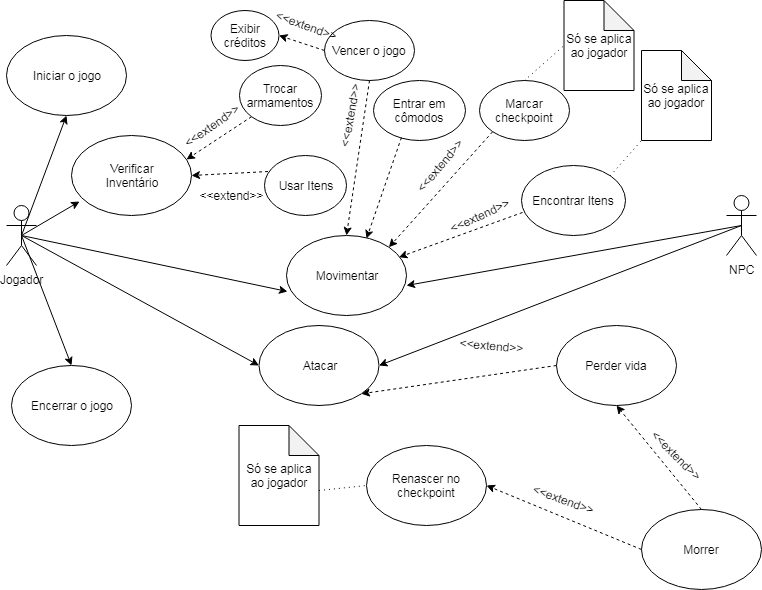
The draw.io diagram Caso de uso.png in Thifany-Nicastro/Sky-Ashes, before a commit. Source tidied: cells renumbered, new cells last; positions are measured from the earlier drawing's top-left corner, leaving out a move shared by most shapes. Its diagram source:
```xml
<mxGraphModel>
  <root>
    <mxCell id="0" />
    <mxCell id="1" parent="0" />
    <mxCell id="2" value="Jogador&lt;br&gt;" style="shape=umlActor;verticalLabelPosition=bottom;labelBackgroundColor=#ffffff;verticalAlign=top;html=1;outlineConnect=0;" parent="1" vertex="1">
      <mxGeometry y="205" width="30" height="60" as="geometry" />
    </mxCell>
    <mxCell id="3" value="NPC" style="shape=umlActor;verticalLabelPosition=bottom;labelBackgroundColor=#ffffff;verticalAlign=top;html=1;outlineConnect=0;" parent="1" vertex="1">
      <mxGeometry x="720" y="195" width="30" height="60" as="geometry" />
    </mxCell>
    <mxCell id="4" value="Iniciar o jogo" style="ellipse;whiteSpace=wrap;html=1;" parent="1" vertex="1">
      <mxGeometry y="35" width="120" height="80" as="geometry" />
    </mxCell>
    <mxCell id="5" value="Encerrar o jogo" style="ellipse;whiteSpace=wrap;html=1;" parent="1" vertex="1">
      <mxGeometry x="5" y="365" width="120" height="80" as="geometry" />
    </mxCell>
    <mxCell id="6" value="Atacar" style="ellipse;whiteSpace=wrap;html=1;" parent="1" vertex="1">
      <mxGeometry x="252.5" y="325" width="120" height="80" as="geometry" />
    </mxCell>
    <mxCell id="7" value="Movimentar" style="ellipse;whiteSpace=wrap;html=1;" parent="1" vertex="1">
      <mxGeometry x="280" y="235" width="120" height="80" as="geometry" />
    </mxCell>
    <mxCell id="8" style="endArrow=classic;html=1;entryX=0.5;entryY=1;entryDx=0;entryDy=0;exitX=0.5;exitY=0.5;exitDx=0;exitDy=0;exitPerimeter=0;" parent="1" edge="1" source="2" target="4">
      <mxGeometry relative="1" as="geometry" />
    </mxCell>
    <mxCell id="9" style="endArrow=classic;html=1;exitX=0.5;exitY=0.5;exitDx=0;exitDy=0;exitPerimeter=0;entryX=0.008;entryY=0.7;entryDx=0;entryDy=0;entryPerimeter=0;" parent="1" edge="1" source="2" target="7">
      <mxGeometry relative="1" as="geometry" />
    </mxCell>
    <mxCell id="10" style="endArrow=classic;html=1;entryX=1;entryY=0.625;entryDx=0;entryDy=0;entryPerimeter=0;exitX=0.5;exitY=0.5;exitDx=0;exitDy=0;exitPerimeter=0;" parent="1" edge="1" source="3" target="7">
      <mxGeometry relative="1" as="geometry" />
    </mxCell>
    <mxCell id="11" style="endArrow=classic;html=1;entryX=0;entryY=0.5;entryDx=0;entryDy=0;exitX=0.5;exitY=0.5;exitDx=0;exitDy=0;exitPerimeter=0;" parent="1" edge="1" source="2" target="6">
      <mxGeometry relative="1" as="geometry" />
    </mxCell>
    <mxCell id="12" style="endArrow=classic;html=1;entryX=1;entryY=0.5;entryDx=0;entryDy=0;exitX=0.5;exitY=0.5;exitDx=0;exitDy=0;exitPerimeter=0;" parent="1" edge="1" source="3" target="6">
      <mxGeometry relative="1" as="geometry" />
    </mxCell>
    <mxCell id="13" style="endArrow=classic;html=1;entryX=0.5;entryY=0;entryDx=0;entryDy=0;exitX=0.5;exitY=0.5;exitDx=0;exitDy=0;exitPerimeter=0;" parent="1" edge="1" source="2" target="5">
      <mxGeometry relative="1" as="geometry" />
    </mxCell>
    <mxCell id="14" value="Morrer" style="ellipse;whiteSpace=wrap;html=1;" parent="1" vertex="1">
      <mxGeometry x="635" y="509" width="120" height="80" as="geometry" />
    </mxCell>
    <mxCell id="15" style="endArrow=classic;dashed=1;html=1;entryX=0.5;entryY=1;entryDx=0;entryDy=0;exitX=0.5;exitY=0;exitDx=0;exitDy=0;startArrow=none;startFill=0;endFill=1;" parent="1" edge="1" source="14" target="16">
      <mxGeometry relative="1" as="geometry" />
    </mxCell>
    <mxCell id="16" value="Perder vida" style="ellipse;whiteSpace=wrap;html=1;" parent="1" vertex="1">
      <mxGeometry x="550" y="325" width="120" height="80" as="geometry" />
    </mxCell>
    <mxCell id="17" style="endArrow=classic;dashed=1;html=1;entryX=1;entryY=1;entryDx=0;entryDy=0;exitX=0;exitY=0.5;exitDx=0;exitDy=0;startArrow=none;startFill=0;endFill=1;" parent="1" edge="1" source="16" target="6">
      <mxGeometry relative="1" as="geometry" />
    </mxCell>
    <mxCell id="18" style="endArrow=classic;dashed=1;html=1;exitX=0;exitY=0.5;exitDx=0;exitDy=0;startArrow=none;startFill=0;endFill=1;entryX=1;entryY=0.5;entryDx=0;entryDy=0;" parent="1" edge="1" source="14" target="19">
      <mxGeometry relative="1" as="geometry" />
    </mxCell>
    <mxCell id="19" value="Renascer no checkpoint" style="ellipse;whiteSpace=wrap;html=1;" parent="1" vertex="1">
      <mxGeometry x="360" y="445" width="120" height="80" as="geometry" />
    </mxCell>
    <mxCell id="20" value="Marcar checkpoint" style="ellipse;whiteSpace=wrap;html=1;" parent="1" vertex="1">
      <mxGeometry x="473" y="80" width="90" height="60" as="geometry" />
    </mxCell>
    <mxCell id="21" style="endArrow=classic;dashed=1;html=1;entryX=1;entryY=0;entryDx=0;entryDy=0;exitX=0;exitY=1;exitDx=0;exitDy=0;startArrow=none;startFill=0;endFill=1;" parent="1" edge="1" source="20" target="7">
      <mxGeometry relative="1" as="geometry" />
    </mxCell>
    <mxCell id="22" value="Só se aplica ao jogador" style="shape=note;whiteSpace=wrap;html=1;backgroundOutline=1;darkOpacity=0.05;" parent="1" vertex="1">
      <mxGeometry x="557.5" width="70" height="90" as="geometry" />
    </mxCell>
    <mxCell id="23" style="endArrow=none;dashed=1;html=1;entryX=0;entryY=0.5;entryDx=0;entryDy=0;entryPerimeter=0;dashPattern=1 4;exitX=0.5;exitY=0;exitDx=0;exitDy=0;" parent="1" edge="1" source="20" target="22">
      <mxGeometry relative="1" as="geometry" />
    </mxCell>
    <mxCell id="24" value="Vencer o jogo" style="ellipse;whiteSpace=wrap;html=1;" parent="1" vertex="1">
      <mxGeometry x="318" y="20" width="90" height="60" as="geometry" />
    </mxCell>
    <mxCell id="25" style="endArrow=classic;dashed=1;html=1;entryX=0.5;entryY=0;entryDx=0;entryDy=0;exitX=0.5;exitY=1;exitDx=0;exitDy=0;startArrow=none;startFill=0;endFill=1;" parent="1" edge="1" source="24" target="7">
      <mxGeometry relative="1" as="geometry" />
    </mxCell>
    <mxCell id="26" value="Exibir créditos" style="ellipse;whiteSpace=wrap;html=1;" parent="1" vertex="1">
      <mxGeometry x="204.5" y="10" width="68" height="50" as="geometry" />
    </mxCell>
    <mxCell id="27" style="endArrow=classic;dashed=1;html=1;exitX=0;exitY=0.5;exitDx=0;exitDy=0;startArrow=none;startFill=0;endFill=1;entryX=1;entryY=0.5;entryDx=0;entryDy=0;" parent="1" edge="1" source="24" target="26">
      <mxGeometry relative="1" as="geometry" />
    </mxCell>
    <mxCell id="28" value="Só se aplica ao jogador" style="shape=note;whiteSpace=wrap;html=1;backgroundOutline=1;darkOpacity=0.05;" parent="1" vertex="1">
      <mxGeometry x="232.5" y="425" width="80" height="100" as="geometry" />
    </mxCell>
    <mxCell id="29" style="endArrow=none;dashed=1;html=1;entryX=0;entryY=0.5;entryDx=0;entryDy=0;dashPattern=1 4;exitX=0;exitY=0;exitDx=80;exitDy=65;exitPerimeter=0;" parent="1" edge="1" source="28" target="19">
      <mxGeometry relative="1" as="geometry" />
    </mxCell>
    <mxCell id="30" value="&amp;lt;&amp;lt;extend&amp;gt;&amp;gt;" style="text;html=1;strokeColor=none;fillColor=none;align=center;verticalAlign=middle;whiteSpace=wrap;rounded=0;rotation=5;" parent="1" vertex="1">
      <mxGeometry x="465" y="335" width="40" height="20" as="geometry" />
    </mxCell>
    <mxCell id="31" value="&amp;lt;&amp;lt;extend&amp;gt;&amp;gt;" style="text;html=1;strokeColor=none;fillColor=none;align=center;verticalAlign=middle;whiteSpace=wrap;rounded=0;rotation=-50;" parent="1" vertex="1">
      <mxGeometry x="413" y="155" width="40" height="20" as="geometry" />
    </mxCell>
    <mxCell id="32" value="&amp;lt;&amp;lt;extend&amp;gt;&amp;gt;" style="text;html=1;strokeColor=none;fillColor=none;align=center;verticalAlign=middle;whiteSpace=wrap;rounded=0;rotation=-80;" parent="1" vertex="1">
      <mxGeometry x="323.5" y="105" width="40" height="20" as="geometry" />
    </mxCell>
    <mxCell id="33" value="&amp;lt;&amp;lt;extend&amp;gt;&amp;gt;" style="text;html=1;strokeColor=none;fillColor=none;align=center;verticalAlign=middle;whiteSpace=wrap;rounded=0;rotation=45;" parent="1" vertex="1">
      <mxGeometry x="650" y="445" width="40" height="20" as="geometry" />
    </mxCell>
    <mxCell id="34" value="&amp;lt;&amp;lt;extend&amp;gt;&amp;gt;" style="text;html=1;strokeColor=none;fillColor=none;align=center;verticalAlign=middle;whiteSpace=wrap;rounded=0;rotation=20;" parent="1" vertex="1">
      <mxGeometry x="537.5" y="489" width="40" height="20" as="geometry" />
    </mxCell>
    <mxCell id="35" value="&amp;lt;&amp;lt;extend&amp;gt;&amp;gt;" style="text;html=1;strokeColor=none;fillColor=none;align=center;verticalAlign=middle;whiteSpace=wrap;rounded=0;rotation=20;" parent="1" vertex="1">
      <mxGeometry x="280" y="15" width="40" height="20" as="geometry" />
    </mxCell>
    <mxCell id="36" value="Verificar&lt;br&gt;Inventário" style="ellipse;whiteSpace=wrap;html=1;" parent="1" vertex="1">
      <mxGeometry x="65" y="135" width="120" height="80" as="geometry" />
    </mxCell>
    <mxCell id="37" value="Trocar armamentos" style="ellipse;whiteSpace=wrap;html=1;" parent="1" vertex="1">
      <mxGeometry x="233" y="65" width="82" height="60" as="geometry" />
    </mxCell>
    <mxCell id="38" style="endArrow=classic;dashed=1;html=1;exitX=0;exitY=1;exitDx=0;exitDy=0;startArrow=none;startFill=0;endFill=1;entryX=0.958;entryY=0.3;entryDx=0;entryDy=0;entryPerimeter=0;" parent="1" edge="1" source="37" target="36">
      <mxGeometry relative="1" as="geometry" />
    </mxCell>
    <mxCell id="39" style="endArrow=classic;html=1;entryX=0.067;entryY=0.825;entryDx=0;entryDy=0;entryPerimeter=0;" parent="1" edge="1" target="36">
      <mxGeometry relative="1" as="geometry">
        <mxPoint x="15" y="235" as="sourcePoint" />
      </mxGeometry>
    </mxCell>
    <mxCell id="40" value="Usar Itens" style="ellipse;whiteSpace=wrap;html=1;" parent="1" vertex="1">
      <mxGeometry x="258" y="155" width="82" height="60" as="geometry" />
    </mxCell>
    <mxCell id="41" style="endArrow=classic;dashed=1;html=1;exitX=0.043;exitY=0.267;exitDx=0;exitDy=0;startArrow=none;startFill=0;endFill=1;entryX=1;entryY=0.5;entryDx=0;entryDy=0;exitPerimeter=0;" parent="1" edge="1" source="40" target="36">
      <mxGeometry relative="1" as="geometry" />
    </mxCell>
    <mxCell id="42" value="&amp;lt;&amp;lt;extend&amp;gt;&amp;gt;" style="text;html=1;strokeColor=none;fillColor=none;align=center;verticalAlign=middle;whiteSpace=wrap;rounded=0;rotation=-35;" parent="1" vertex="1">
      <mxGeometry x="185" y="115" width="40" height="20" as="geometry" />
    </mxCell>
    <mxCell id="43" value="&amp;lt;&amp;lt;extend&amp;gt;&amp;gt;" style="text;html=1;strokeColor=none;fillColor=none;align=center;verticalAlign=middle;whiteSpace=wrap;rounded=0;rotation=0;" parent="1" vertex="1">
      <mxGeometry x="205" y="185" width="40" height="20" as="geometry" />
    </mxCell>
    <mxCell id="44" value="Encontrar Itens" style="ellipse;whiteSpace=wrap;html=1;" parent="1" vertex="1">
      <mxGeometry x="515" y="165" width="104" height="70" as="geometry" />
    </mxCell>
    <mxCell id="45" style="endArrow=classic;dashed=1;html=1;entryX=1;entryY=0;entryDx=0;entryDy=0;exitX=0.01;exitY=0.671;exitDx=0;exitDy=0;startArrow=none;startFill=0;endFill=1;exitPerimeter=0;" parent="1" edge="1" source="44">
      <mxGeometry relative="1" as="geometry">
        <mxPoint x="392.4" y="256.7" as="targetPoint" />
      </mxGeometry>
    </mxCell>
    <mxCell id="46" value="&amp;lt;&amp;lt;extend&amp;gt;&amp;gt;" style="text;html=1;strokeColor=none;fillColor=none;align=center;verticalAlign=middle;whiteSpace=wrap;rounded=0;rotation=-25;" parent="1" vertex="1">
      <mxGeometry x="453" y="205" width="40" height="20" as="geometry" />
    </mxCell>
    <mxCell id="47" value="Só se aplica ao jogador" style="shape=note;whiteSpace=wrap;html=1;backgroundOutline=1;darkOpacity=0.05;" parent="1" vertex="1">
      <mxGeometry x="635" y="50" width="70" height="90" as="geometry" />
    </mxCell>
    <mxCell id="48" style="endArrow=none;dashed=1;html=1;entryX=0;entryY=1;entryDx=0;entryDy=0;entryPerimeter=0;dashPattern=1 4;exitX=1;exitY=0;exitDx=0;exitDy=0;" parent="1" edge="1" source="44" target="47">
      <mxGeometry relative="1" as="geometry" />
    </mxCell>
    <mxCell id="49" value="Entrar em cômodos" style="ellipse;whiteSpace=wrap;html=1;" parent="1" vertex="1">
      <mxGeometry x="367" y="80" width="92" height="60" as="geometry" />
    </mxCell>
    <mxCell id="50" style="endArrow=classic;dashed=1;html=1;entryX=0.667;entryY=0.038;entryDx=0;entryDy=0;exitX=0.304;exitY=0.95;exitDx=0;exitDy=0;startArrow=none;startFill=0;endFill=1;exitPerimeter=0;entryPerimeter=0;" parent="1" edge="1" source="49" target="7">
      <mxGeometry relative="1" as="geometry" />
    </mxCell>
  </root>
</mxGraphModel>
```
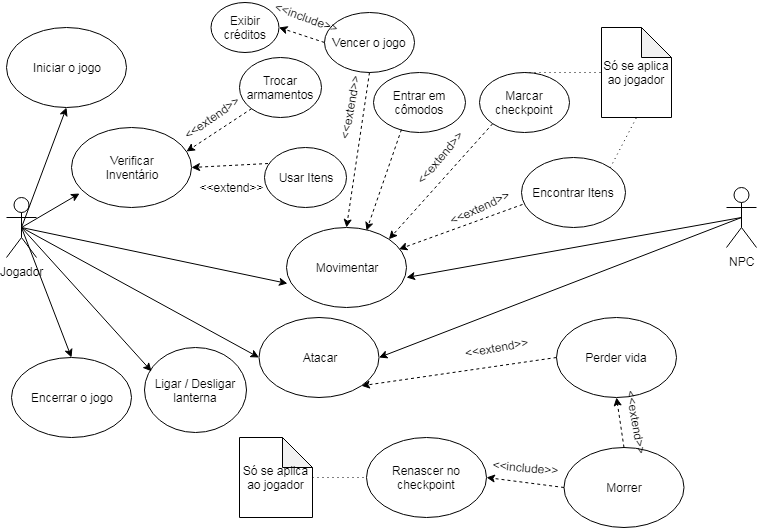
After the change.

The edit, as a diff of the source:
```diff
@@ -39,7 +39,7 @@
       <mxGeometry relative="1" as="geometry" />
     </mxCell>
     <mxCell id="14" value="Morrer" style="ellipse;whiteSpace=wrap;html=1;" parent="1" vertex="1">
-      <mxGeometry x="635" y="509" width="120" height="80" as="geometry" />
+      <mxGeometry x="557.5" y="455" width="120" height="80" as="geometry" />
     </mxCell>
     <mxCell id="15" style="endArrow=classic;dashed=1;html=1;entryX=0.5;entryY=1;entryDx=0;entryDy=0;exitX=0.5;exitY=0;exitDx=0;exitDy=0;startArrow=none;startFill=0;endFill=1;" parent="1" edge="1" source="14" target="16">
       <mxGeometry relative="1" as="geometry" />
@@ -63,7 +63,7 @@
       <mxGeometry relative="1" as="geometry" />
     </mxCell>
     <mxCell id="22" value="Só se aplica ao jogador" style="shape=note;whiteSpace=wrap;html=1;backgroundOutline=1;darkOpacity=0.05;" parent="1" vertex="1">
-      <mxGeometry x="557.5" width="70" height="90" as="geometry" />
+      <mxGeometry x="595" y="35" width="70" height="90" as="geometry" />
     </mxCell>
     <mxCell id="23" style="endArrow=none;dashed=1;html=1;entryX=0;entryY=0.5;entryDx=0;entryDy=0;entryPerimeter=0;dashPattern=1 4;exitX=0.5;exitY=0;exitDx=0;exitDy=0;" parent="1" edge="1" source="20" target="22">
       <mxGeometry relative="1" as="geometry" />
@@ -81,13 +81,13 @@
       <mxGeometry relative="1" as="geometry" />
     </mxCell>
     <mxCell id="28" value="Só se aplica ao jogador" style="shape=note;whiteSpace=wrap;html=1;backgroundOutline=1;darkOpacity=0.05;" parent="1" vertex="1">
-      <mxGeometry x="232.5" y="425" width="80" height="100" as="geometry" />
+      <mxGeometry x="233" y="445" width="73" height="80" as="geometry" />
     </mxCell>
-    <mxCell id="29" style="endArrow=none;dashed=1;html=1;entryX=0;entryY=0.5;entryDx=0;entryDy=0;dashPattern=1 4;exitX=0;exitY=0;exitDx=80;exitDy=65;exitPerimeter=0;" parent="1" edge="1" source="28" target="19">
+    <mxCell id="29" style="endArrow=none;dashed=1;html=1;entryX=0;entryY=0.5;entryDx=0;entryDy=0;dashPattern=1 4;" parent="1" edge="1" source="28" target="19">
       <mxGeometry relative="1" as="geometry" />
     </mxCell>
-    <mxCell id="30" value="&amp;lt;&amp;lt;extend&amp;gt;&amp;gt;" style="text;html=1;strokeColor=none;fillColor=none;align=center;verticalAlign=middle;whiteSpace=wrap;rounded=0;rotation=5;" parent="1" vertex="1">
-      <mxGeometry x="465" y="335" width="40" height="20" as="geometry" />
+    <mxCell id="30" value="&amp;lt;&amp;lt;extend&amp;gt;&amp;gt;" style="text;html=1;strokeColor=none;fillColor=none;align=center;verticalAlign=middle;whiteSpace=wrap;rounded=0;rotation=-10;" parent="1" vertex="1">
+      <mxGeometry x="470" y="345" width="40" height="20" as="geometry" />
     </mxCell>
     <mxCell id="31" value="&amp;lt;&amp;lt;extend&amp;gt;&amp;gt;" style="text;html=1;strokeColor=none;fillColor=none;align=center;verticalAlign=middle;whiteSpace=wrap;rounded=0;rotation=-50;" parent="1" vertex="1">
       <mxGeometry x="413" y="155" width="40" height="20" as="geometry" />
@@ -95,13 +95,13 @@
     <mxCell id="32" value="&amp;lt;&amp;lt;extend&amp;gt;&amp;gt;" style="text;html=1;strokeColor=none;fillColor=none;align=center;verticalAlign=middle;whiteSpace=wrap;rounded=0;rotation=-80;" parent="1" vertex="1">
       <mxGeometry x="323.5" y="105" width="40" height="20" as="geometry" />
     </mxCell>
-    <mxCell id="33" value="&amp;lt;&amp;lt;extend&amp;gt;&amp;gt;" style="text;html=1;strokeColor=none;fillColor=none;align=center;verticalAlign=middle;whiteSpace=wrap;rounded=0;rotation=45;" parent="1" vertex="1">
-      <mxGeometry x="650" y="445" width="40" height="20" as="geometry" />
+    <mxCell id="33" value="&amp;lt;&amp;lt;extend&amp;gt;&amp;gt;" style="text;html=1;strokeColor=none;fillColor=none;align=center;verticalAlign=middle;whiteSpace=wrap;rounded=0;rotation=80;" parent="1" vertex="1">
+      <mxGeometry x="610" y="420" width="40" height="20" as="geometry" />
     </mxCell>
-    <mxCell id="34" value="&amp;lt;&amp;lt;extend&amp;gt;&amp;gt;" style="text;html=1;strokeColor=none;fillColor=none;align=center;verticalAlign=middle;whiteSpace=wrap;rounded=0;rotation=20;" parent="1" vertex="1">
-      <mxGeometry x="537.5" y="489" width="40" height="20" as="geometry" />
+    <mxCell id="34" value="&amp;lt;&amp;lt;include&amp;gt;&amp;gt;" style="text;html=1;strokeColor=none;fillColor=none;align=center;verticalAlign=middle;whiteSpace=wrap;rounded=0;rotation=5;" parent="1" vertex="1">
+      <mxGeometry x="499" y="465" width="40" height="20" as="geometry" />
     </mxCell>
-    <mxCell id="35" value="&amp;lt;&amp;lt;extend&amp;gt;&amp;gt;" style="text;html=1;strokeColor=none;fillColor=none;align=center;verticalAlign=middle;whiteSpace=wrap;rounded=0;rotation=20;" parent="1" vertex="1">
+    <mxCell id="35" value="&amp;lt;&amp;lt;include&amp;gt;&amp;gt;" style="text;html=1;strokeColor=none;fillColor=none;align=center;verticalAlign=middle;whiteSpace=wrap;rounded=0;rotation=20;" parent="1" vertex="1">
       <mxGeometry x="280" y="15" width="40" height="20" as="geometry" />
     </mxCell>
     <mxCell id="36" value="Verificar&lt;br&gt;Inventário" style="ellipse;whiteSpace=wrap;html=1;" parent="1" vertex="1">
@@ -141,10 +141,7 @@
     <mxCell id="46" value="&amp;lt;&amp;lt;extend&amp;gt;&amp;gt;" style="text;html=1;strokeColor=none;fillColor=none;align=center;verticalAlign=middle;whiteSpace=wrap;rounded=0;rotation=-25;" parent="1" vertex="1">
       <mxGeometry x="453" y="205" width="40" height="20" as="geometry" />
     </mxCell>
-    <mxCell id="47" value="Só se aplica ao jogador" style="shape=note;whiteSpace=wrap;html=1;backgroundOutline=1;darkOpacity=0.05;" parent="1" vertex="1">
-      <mxGeometry x="635" y="50" width="70" height="90" as="geometry" />
-    </mxCell>
-    <mxCell id="48" style="endArrow=none;dashed=1;html=1;entryX=0;entryY=1;entryDx=0;entryDy=0;entryPerimeter=0;dashPattern=1 4;exitX=1;exitY=0;exitDx=0;exitDy=0;" parent="1" edge="1" source="44" target="47">
+    <mxCell id="48" style="endArrow=none;dashed=1;html=1;entryX=0.5;entryY=1;entryDx=0;entryDy=0;entryPerimeter=0;dashPattern=1 4;exitX=1;exitY=0;exitDx=0;exitDy=0;" parent="1" edge="1" source="44" target="22">
       <mxGeometry relative="1" as="geometry" />
     </mxCell>
     <mxCell id="49" value="Entrar em cômodos" style="ellipse;whiteSpace=wrap;html=1;" parent="1" vertex="1">
@@ -153,5 +150,13 @@
     <mxCell id="50" style="endArrow=classic;dashed=1;html=1;entryX=0.667;entryY=0.038;entryDx=0;entryDy=0;exitX=0.304;exitY=0.95;exitDx=0;exitDy=0;startArrow=none;startFill=0;endFill=1;exitPerimeter=0;entryPerimeter=0;" parent="1" edge="1" source="49" target="7">
       <mxGeometry relative="1" as="geometry" />
     </mxCell>
+    <mxCell id="51" value="Ligar / Desligar lanterna" style="ellipse;whiteSpace=wrap;html=1;" parent="1" vertex="1">
+      <mxGeometry x="138" y="355" width="102" height="85" as="geometry" />
+    </mxCell>
+    <mxCell id="52" style="endArrow=classic;html=1;entryX=0.069;entryY=0.28;entryDx=0;entryDy=0;entryPerimeter=0;" parent="1" edge="1" target="51">
+      <mxGeometry relative="1" as="geometry">
+        <mxPoint x="15" y="235" as="sourcePoint" />
+      </mxGeometry>
+    </mxCell>
   </root>
 </mxGraphModel>
```
